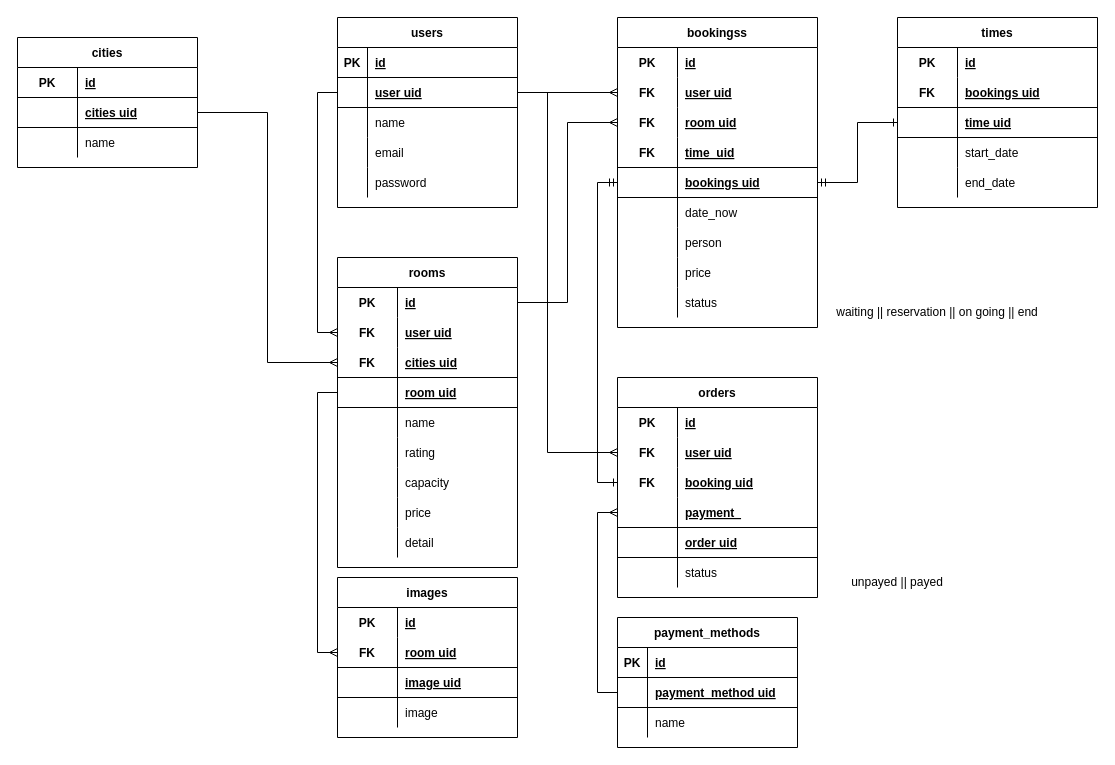
This is repository/erd/altaProject .drawio from AIRBNB-App-Project2/backend-airbnb, a draw.io file, before an edit. Source tidied: cells renumbered, new cells numbered last; positions are measured from the earlier drawing's top-left corner, leaving out a move shared by most shapes. Both pictures are drawn from the tidied source at 100%, with x=0, y=0 at pixel (17, 17).
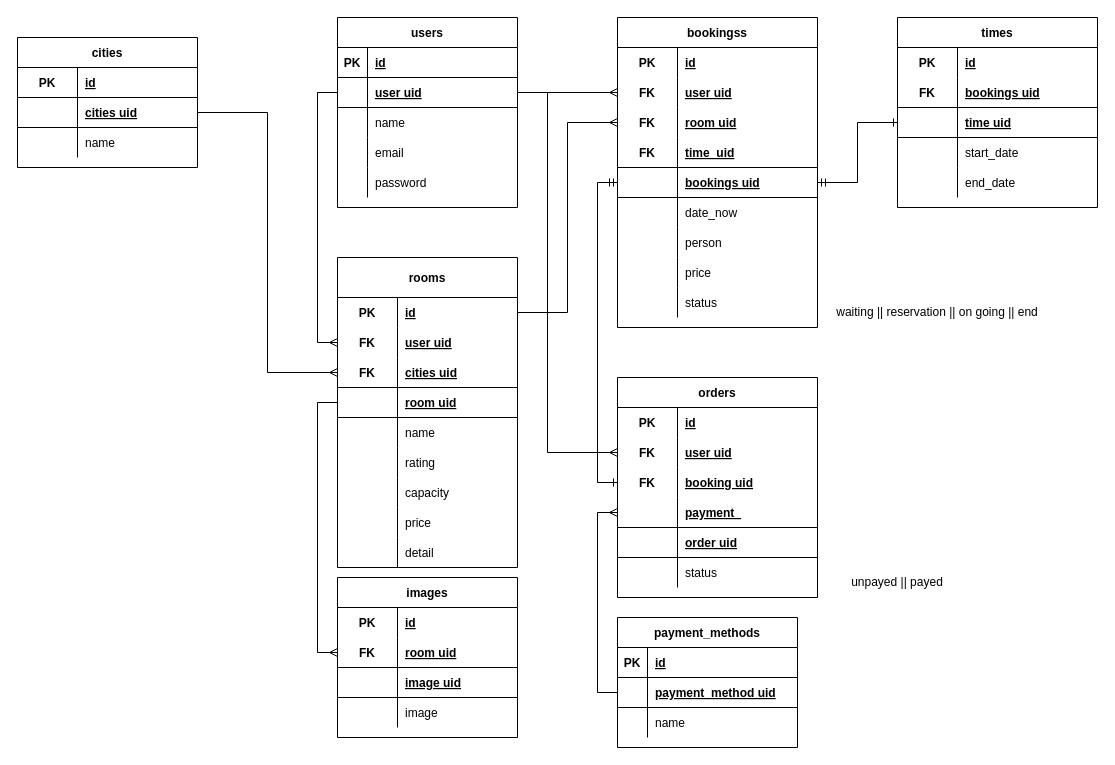
After the change.

Commit message (it also covers changes not shown here):
open api cities, order

The edit, as a diff of the source:
```diff
@@
-    <mxCell id="19" value="rooms" style="shape=table;startSize=30;childLayout=tableLayout;rowLines=0;fontStyle=1;align=center;" parent="1" vertex="1">
+    <mxCell id="19" value="rooms" style="shape=table;startSize=40;childLayout=tableLayout;rowLines=0;fontStyle=1;align=center;" parent="1" vertex="1">
       <mxGeometry x="320" y="240" width="180" height="310" as="geometry" />
     </mxCell>
     <mxCell id="20" style="shape=tableRow;horizontal=0;startSize=0;swimlaneHead=0;swimlaneBody=0;fillColor=none;points=[[0,0.5],[1,0.5]];portConstraint=eastwest;top=0;left=0;right=0;bottom=0;" parent="19" vertex="1">
-      <mxGeometry y="30" width="180" height="30" as="geometry" />
+      <mxGeometry y="40" width="180" height="30" as="geometry" />
     </mxCell>
@@
     <mxCell id="23" style="shape=tableRow;horizontal=0;startSize=0;swimlaneHead=0;swimlaneBody=0;fillColor=none;points=[[0,0.5],[1,0.5]];portConstraint=eastwest;top=0;left=0;right=0;bottom=1;strokeColor=none;" parent="19" vertex="1">
-      <mxGeometry y="60" width="180" height="30" as="geometry" />
+      <mxGeometry y="70" width="180" height="30" as="geometry" />
     </mxCell>
@@
     <mxCell id="26" style="shape=tableRow;horizontal=0;startSize=0;swimlaneHead=0;swimlaneBody=0;fillColor=none;points=[[0,0.5],[1,0.5]];portConstraint=eastwest;top=0;left=0;right=0;bottom=1;strokeColor=default;" parent="19" vertex="1">
-      <mxGeometry y="90" width="180" height="30" as="geometry" />
+      <mxGeometry y="100" width="180" height="30" as="geometry" />
     </mxCell>
@@
     <mxCell id="29" style="shape=tableRow;horizontal=0;startSize=0;swimlaneHead=0;swimlaneBody=0;fillColor=none;points=[[0,0.5],[1,0.5]];portConstraint=eastwest;top=0;left=0;right=0;bottom=1;strokeColor=default;" parent="19" vertex="1">
-      <mxGeometry y="120" width="180" height="30" as="geometry" />
+      <mxGeometry y="130" width="180" height="30" as="geometry" />
     </mxCell>
@@
     <mxCell id="32" style="shape=tableRow;horizontal=0;startSize=0;swimlaneHead=0;swimlaneBody=0;fillColor=none;top=0;left=0;right=0;bottom=0;" parent="19" vertex="1">
-      <mxGeometry y="150" width="180" height="30" as="geometry" />
+      <mxGeometry y="160" width="180" height="30" as="geometry" />
     </mxCell>
@@
     <mxCell id="35" style="shape=tableRow;horizontal=0;startSize=0;swimlaneHead=0;swimlaneBody=0;fillColor=none;top=0;left=0;right=0;bottom=0;" parent="19" vertex="1">
-      <mxGeometry y="180" width="180" height="30" as="geometry" />
+      <mxGeometry y="190" width="180" height="30" as="geometry" />
     </mxCell>
@@
     <mxCell id="38" style="shape=tableRow;horizontal=0;startSize=0;swimlaneHead=0;swimlaneBody=0;fillColor=none;top=0;left=0;right=0;bottom=0;" parent="19" vertex="1">
-      <mxGeometry y="210" width="180" height="30" as="geometry" />
+      <mxGeometry y="220" width="180" height="30" as="geometry" />
     </mxCell>
@@
     <mxCell id="41" style="shape=tableRow;horizontal=0;startSize=0;swimlaneHead=0;swimlaneBody=0;fillColor=none;top=0;left=0;right=0;bottom=0;" parent="19" vertex="1">
-      <mxGeometry y="240" width="180" height="30" as="geometry" />
+      <mxGeometry y="250" width="180" height="30" as="geometry" />
     </mxCell>
@@
     <mxCell id="44" style="shape=tableRow;horizontal=0;startSize=0;swimlaneHead=0;swimlaneBody=0;fillColor=none;top=0;left=0;right=0;bottom=0;" parent="19" vertex="1">
-      <mxGeometry y="270" width="180" height="30" as="geometry" />
+      <mxGeometry y="280" width="180" height="30" as="geometry" />
     </mxCell>
```
